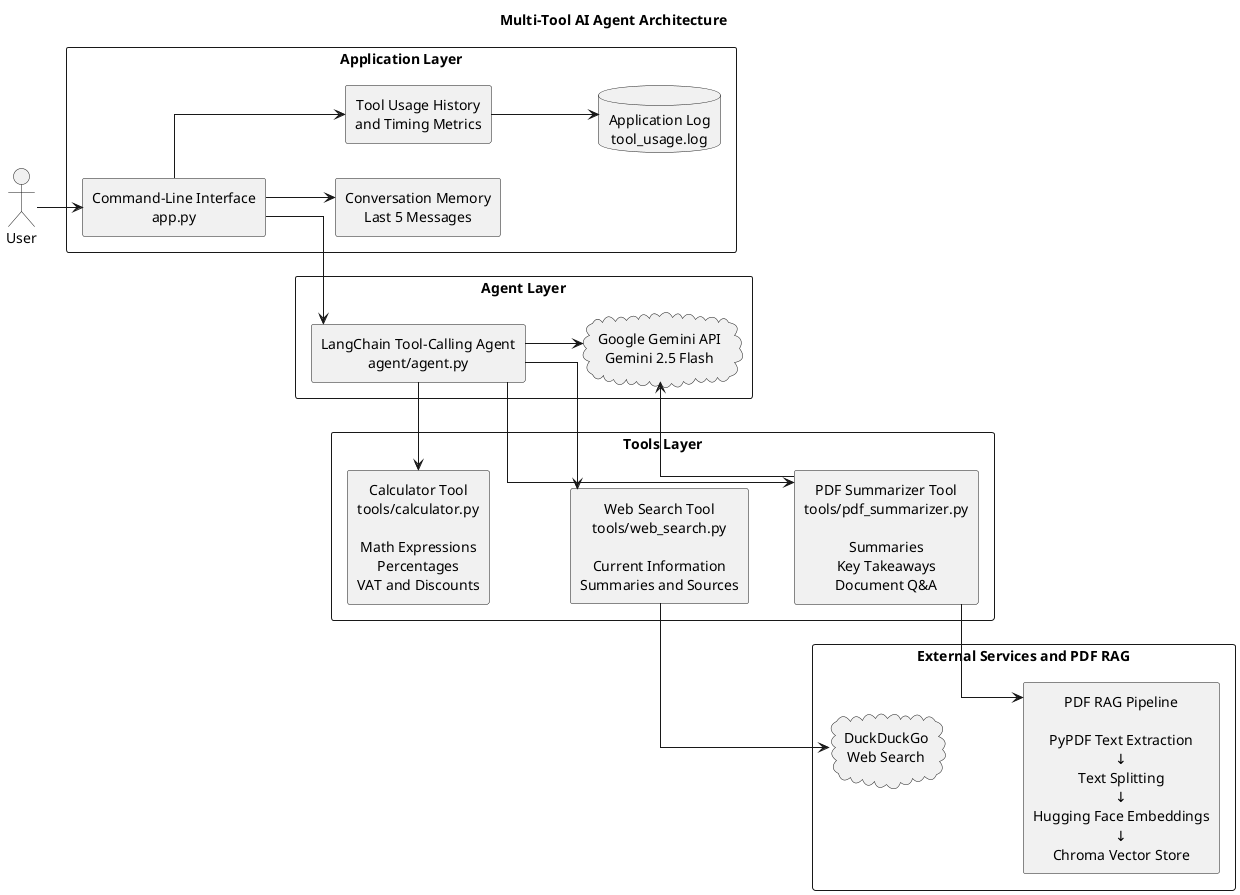
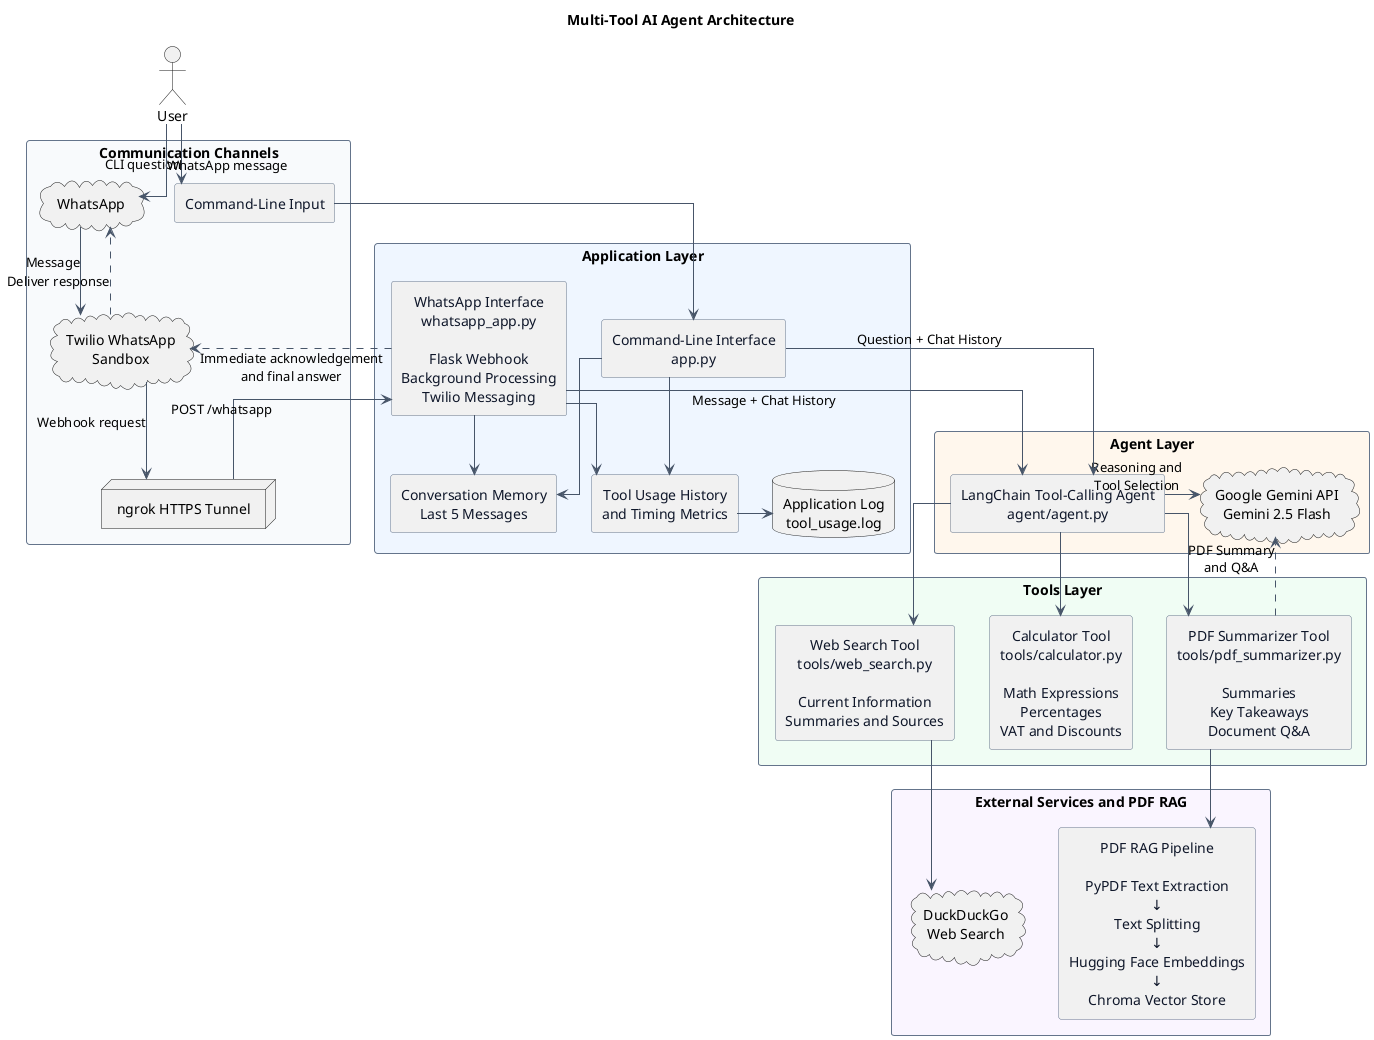
@startuml

title Multi-Tool AI Agent Architecture

- left to right direction
+ top to bottom direction

skinparam backgroundColor white
skinparam shadowing false
skinparam componentStyle rectangle
skinparam packageStyle rectangle
skinparam defaultTextAlignment center
skinparam linetype ortho
skinparam nodesep 35
- skinparam ranksep 45
+ skinparam ranksep 40
+ 
+ skinparam package {
+     BorderColor #64748B
+     FontColor #0F172A
+ }
+ 
+ skinparam component {
+     BorderColor #64748B
+     FontColor #0F172A
+ }
+ 
+ skinparam ArrowColor #475569
+ 

actor "User" as User

- package "Application Layer" {
+ 
+ package "Communication Channels" #F8FAFC {
+ 
+     component "Command-Line Input" as CLI
+ 
+     cloud "WhatsApp" as WhatsApp
+ 
+     cloud "Twilio WhatsApp\nSandbox" as Twilio
+ 
+     node "ngrok HTTPS Tunnel" as Ngrok
+ 
+     CLI -[hidden]right-> WhatsApp
+     WhatsApp -down-> Twilio : Message
+     Twilio -down-> Ngrok : Webhook request
+ }
+ 
+ 
+ package "Application Layer" #EFF6FF {

    component "Command-Line Interface\napp.py" as App
+ 
+     component "WhatsApp Interface\nwhatsapp_app.py\n\nFlask Webhook\nBackground Processing\nTwilio Messaging" as WhatsAppApp

    component "Conversation Memory\nLast 5 Messages" as Memory

    component "Tool Usage History\nand Timing Metrics" as Tracker

    database "Application Log\ntool_usage.log" as Log

+     App -[hidden]right-> WhatsAppApp
+     Memory -[hidden]right-> Tracker
+     Tracker -[hidden]right-> Log
+ 
    App -down-> Memory
    App -down-> Tracker
-     Tracker -down-> Log
+ 
+     WhatsAppApp -down-> Memory
+     WhatsAppApp -down-> Tracker
+ 
+     Tracker -right-> Log
}

- package "Agent Layer" {
+ 
+ package "Agent Layer" #FFF7ED {

    component "LangChain Tool-Calling Agent\nagent/agent.py" as Agent

    cloud "Google Gemini API\nGemini 2.5 Flash" as Gemini

-     Agent -down-> Gemini
+     Agent -right-> Gemini : Reasoning and\nTool Selection
}

- package "Tools Layer" {
+ 
+ package "Tools Layer" #F0FDF4 {

    component "Calculator Tool\ntools/calculator.py\n\nMath Expressions\nPercentages\nVAT and Discounts" as Calculator

    component "Web Search Tool\ntools/web_search.py\n\nCurrent Information\nSummaries and Sources" as WebSearch

    component "PDF Summarizer Tool\ntools/pdf_summarizer.py\n\nSummaries\nKey Takeaways\nDocument Q&A" as PDFTool

-     Calculator -[hidden]down-> WebSearch
-     WebSearch -[hidden]down-> PDFTool
+     Calculator -[hidden]right-> WebSearch
+     WebSearch -[hidden]right-> PDFTool
}

- package "External Services and PDF RAG" {
+ 
+ package "External Services and PDF RAG" #FAF5FF {

    cloud "DuckDuckGo\nWeb Search" as DuckDuckGo

    component "PDF RAG Pipeline\n\nPyPDF Text Extraction\n↓\nText Splitting\n↓\nHugging Face Embeddings\n↓\nChroma Vector Store" as RAG

-     DuckDuckGo -[hidden]down-> RAG
+     DuckDuckGo -[hidden]right-> RAG
}

- User --> App
- App --> Agent

- Agent --> Calculator
- Agent --> WebSearch
- Agent --> PDFTool
+ User -down-> CLI : CLI question
+ CLI -down-> App

- WebSearch --> DuckDuckGo
- PDFTool --> RAG
- PDFTool --> Gemini
+ User -right-> WhatsApp : WhatsApp message
+ 
+ Ngrok -down-> WhatsAppApp : POST /whatsapp
+ 
+ WhatsAppApp ..> Twilio : Immediate acknowledgement\nand final answer
+ Twilio ..> WhatsApp : Deliver response
+ 
+ 
+ App -down-> Agent : Question + Chat History
+ WhatsAppApp -down-> Agent : Message + Chat History
+ 
+ 
+ Agent -down-> Calculator
+ Agent -down-> WebSearch
+ Agent -down-> PDFTool
+ 
+ 
+ WebSearch -down-> DuckDuckGo
+ PDFTool -down-> RAG
+ 
+ PDFTool ..> Gemini : PDF Summary\nand Q&A
+ 

@enduml